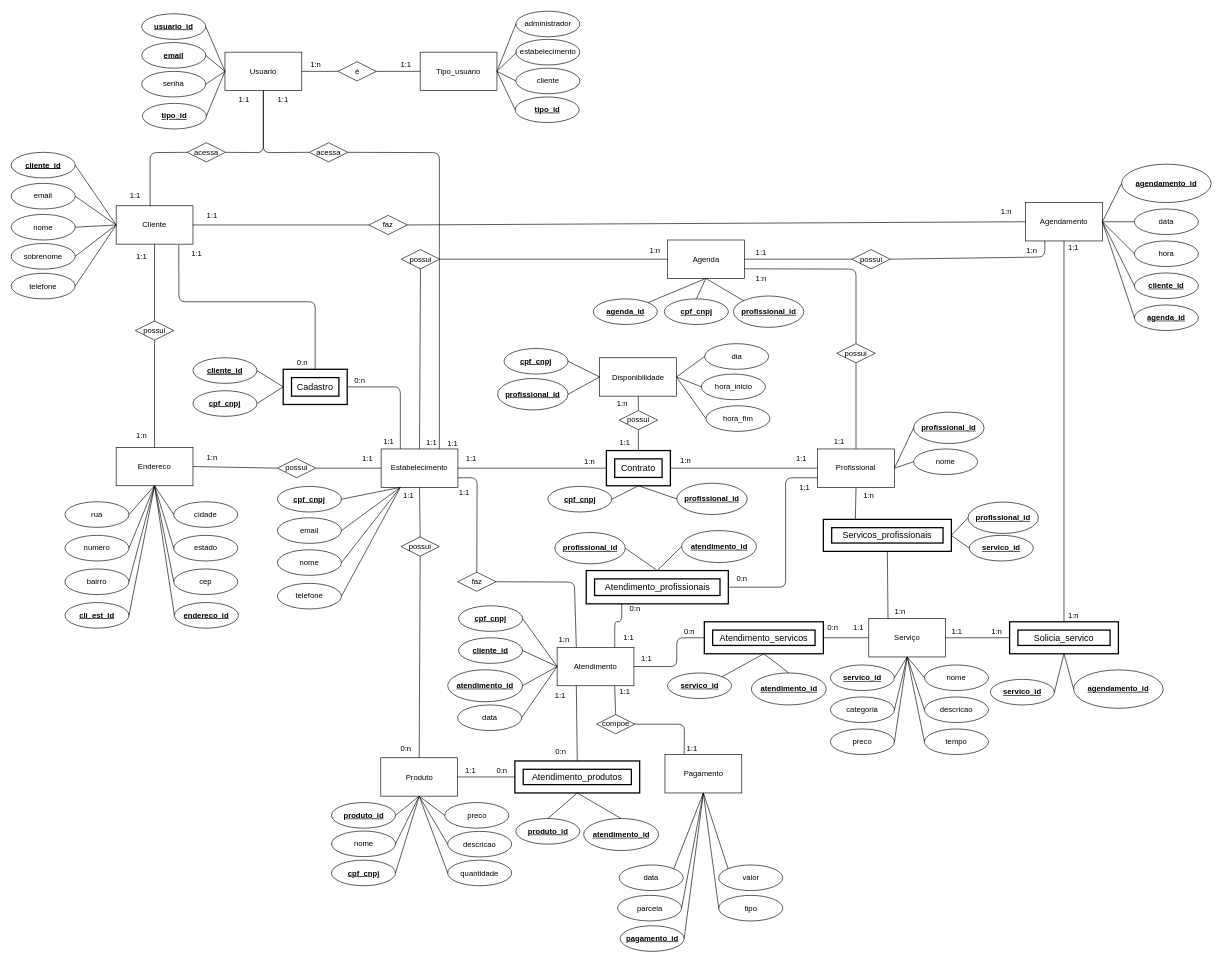
The draw.io diagram PW.drawio in glaa/DiagramaPW, before the edit. Source tidied: cells renumbered, new cells numbered last; positions are measured from the earlier drawing's top-left corner, leaving out a move shared by most shapes. Both pictures are drawn from the tidied source at 64%, with x=0, y=0 at pixel (11, 11).
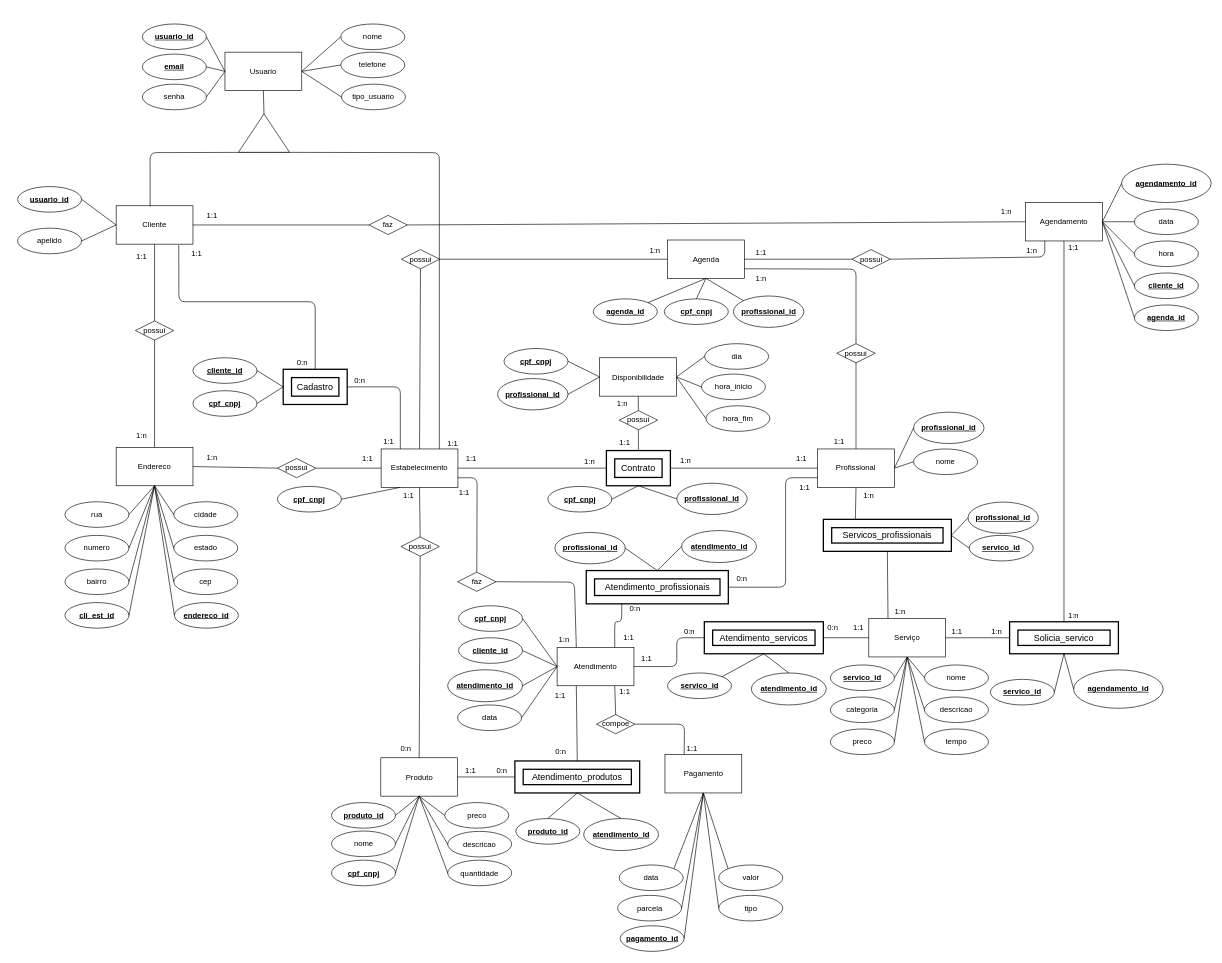
The same diagram, later.

Commit message:
Correção na tabela usuário

The change refers to these unchanged cells:
```xml
<mxCell id="2" value="Cliente" style="rounded=0;whiteSpace=wrap;html=1;" parent="1" vertex="1">
  <mxGeometry x="164" y="304" width="120" height="60" as="geometry" />
</mxCell>
<mxCell id="6" value="Estabelecimento" style="rounded=0;whiteSpace=wrap;html=1;" parent="1" vertex="1">
  <mxGeometry x="578" y="684" width="120" height="60" as="geometry" />
</mxCell>
<mxCell id="241" value="Usuario" style="rounded=0;whiteSpace=wrap;html=1;" parent="1" vertex="1">
  <mxGeometry x="334" y="64" width="120" height="60" as="geometry" />
</mxCell>
```

Diff of the diagram source:
```diff
@@
-    <mxCell id="7" value="nome" style="ellipse;whiteSpace=wrap;html=1;" parent="1" vertex="1">
-      <mxGeometry y="317.5" width="100" height="40" as="geometry" />
-    </mxCell>
-    <mxCell id="8" value="sobrenome" style="ellipse;whiteSpace=wrap;html=1;" parent="1" vertex="1">
-      <mxGeometry y="363" width="100" height="40" as="geometry" />
+    <mxCell id="8" value="&lt;div&gt;apelido&lt;/div&gt;" style="ellipse;whiteSpace=wrap;html=1;" parent="1" vertex="1">
+      <mxGeometry x="10" y="339" width="100" height="40" as="geometry" />
     </mxCell>
@@
-    <mxCell id="10" style="endArrow=none;html=1;entryX=1;entryY=0.5;entryDx=0;entryDy=0;exitX=0;exitY=0.5;exitDx=0;exitDy=0;" parent="1" edge="1" source="2" target="7">
+    <mxCell id="10" style="endArrow=none;html=1;entryX=1;entryY=0.5;entryDx=0;entryDy=0;exitX=0;exitY=0.5;exitDx=0;exitDy=0;" parent="1" edge="1" source="279" target="241">
       <mxGeometry relative="1" as="geometry" />
     </mxCell>
@@
-    <mxCell id="12" style="endArrow=none;html=1;exitX=0;exitY=0.5;exitDx=0;exitDy=0;entryX=1;entryY=0.5;entryDx=0;entryDy=0;" parent="1" edge="1" source="2" target="259">
-      <mxGeometry relative="1" as="geometry" />
-    </mxCell>
@@
-    <mxCell id="140" value="1:1" style="text;html=1;strokeColor=none;fillColor=none;align=center;verticalAlign=middle;whiteSpace=wrap;rounded=0;" parent="1" vertex="1">
-      <mxGeometry x="636.5" y="664" width="40" height="20" as="geometry" />
-    </mxCell>
@@
-    <mxCell id="173" value="email" style="ellipse;whiteSpace=wrap;html=1;" parent="1" vertex="1">
-      <mxGeometry x="416" y="791.5" width="100" height="40" as="geometry" />
-    </mxCell>
-    <mxCell id="174" value="nome" style="ellipse;whiteSpace=wrap;html=1;" parent="1" vertex="1">
-      <mxGeometry x="416" y="841.5" width="100" height="40" as="geometry" />
-    </mxCell>
-    <mxCell id="175" style="endArrow=none;html=1;entryX=0.25;entryY=1;entryDx=0;entryDy=0;exitX=1;exitY=0.5;exitDx=0;exitDy=0;" parent="1" edge="1" source="173" target="6">
-      <mxGeometry relative="1" as="geometry" />
-    </mxCell>
-    <mxCell id="176" style="endArrow=none;html=1;entryX=0.25;entryY=1;entryDx=0;entryDy=0;exitX=1;exitY=0.5;exitDx=0;exitDy=0;" parent="1" edge="1" source="174" target="6">
-      <mxGeometry relative="1" as="geometry" />
-    </mxCell>
@@
-    <mxCell id="195" value="telefone" style="ellipse;whiteSpace=wrap;html=1;" parent="1" vertex="1">
-      <mxGeometry y="409.5" width="100" height="40" as="geometry" />
-    </mxCell>
-    <mxCell id="196" style="endArrow=none;html=1;entryX=1;entryY=0.5;entryDx=0;entryDy=0;exitX=0;exitY=0.5;exitDx=0;exitDy=0;" parent="1" edge="1" source="2" target="195">
+    <mxCell id="196" style="endArrow=none;html=1;entryX=1;entryY=0.5;entryDx=0;entryDy=0;exitX=0;exitY=0.5;exitDx=0;exitDy=0;" parent="1" edge="1" source="280" target="241">
       <mxGeometry relative="1" as="geometry" />
     </mxCell>
-    <mxCell id="197" value="telefone" style="ellipse;whiteSpace=wrap;html=1;" parent="1" vertex="1">
-      <mxGeometry x="416" y="894" width="100" height="40" as="geometry" />
-    </mxCell>
-    <mxCell id="198" style="endArrow=none;html=1;entryX=0.25;entryY=1;entryDx=0;entryDy=0;exitX=1;exitY=0.5;exitDx=0;exitDy=0;" parent="1" edge="1" source="197" target="6">
-      <mxGeometry relative="1" as="geometry" />
-    </mxCell>
@@
     <mxCell id="242" value="usuario_id" style="ellipse;html=1;whiteSpace=wrap;fontStyle=5;" parent="1" vertex="1">
-      <mxGeometry x="204" y="4" width="100" height="40" as="geometry" />
+      <mxGeometry x="205" y="20" width="100" height="40" as="geometry" />
     </mxCell>
     <mxCell id="243" value="email" style="ellipse;html=1;whiteSpace=wrap;fontStyle=5;" parent="1" vertex="1">
-      <mxGeometry x="204" y="49" width="100" height="40" as="geometry" />
+      <mxGeometry x="205" y="67" width="100" height="40" as="geometry" />
     </mxCell>
     <mxCell id="244" value="senha" style="ellipse;whiteSpace=wrap;html=1;" parent="1" vertex="1">
-      <mxGeometry x="204" y="94" width="100" height="40" as="geometry" />
+      <mxGeometry x="205" y="114" width="100" height="40" as="geometry" />
     </mxCell>
@@
-    <mxCell id="248" value="Tipo_usuario" style="rounded=0;whiteSpace=wrap;html=1;" parent="1" vertex="1">
-      <mxGeometry x="639" y="64" width="120" height="60" as="geometry" />
-    </mxCell>
-    <mxCell id="249" value="cliente" style="ellipse;whiteSpace=wrap;html=1;" parent="1" vertex="1">
-      <mxGeometry x="788.5" y="89" width="100" height="40" as="geometry" />
-    </mxCell>
-    <mxCell id="250" value="estabelecimento" style="ellipse;whiteSpace=wrap;html=1;" parent="1" vertex="1">
-      <mxGeometry x="788.5" y="44" width="100" height="40" as="geometry" />
-    </mxCell>
-    <mxCell id="251" value="administrador" style="ellipse;whiteSpace=wrap;html=1;" parent="1" vertex="1">
-      <mxGeometry x="788.5" width="100" height="40" as="geometry" />
-    </mxCell>
-    <mxCell id="252" style="endArrow=none;html=1;exitX=1;exitY=0.5;exitDx=0;exitDy=0;" parent="1" edge="1" source="248">
-      <mxGeometry relative="1" as="geometry">
-        <mxPoint x="790" y="64" as="targetPoint" />
-      </mxGeometry>
-    </mxCell>
-    <mxCell id="253" style="endArrow=none;html=1;exitX=1;exitY=0.5;exitDx=0;exitDy=0;entryX=0;entryY=0.5;entryDx=0;entryDy=0;" parent="1" edge="1" source="248" target="249">
-      <mxGeometry relative="1" as="geometry" />
-    </mxCell>
-    <mxCell id="254" style="endArrow=none;html=1;entryX=1;entryY=0.5;entryDx=0;entryDy=0;exitX=0;exitY=0.5;exitDx=0;exitDy=0;" parent="1" edge="1" source="251" target="248">
-      <mxGeometry relative="1" as="geometry" />
-    </mxCell>
-    <mxCell id="255" value="é" style="rhombus;whiteSpace=wrap;html=1;" parent="1" vertex="1">
-      <mxGeometry x="510.5" y="79" width="60" height="30" as="geometry" />
-    </mxCell>
-    <mxCell id="256" style="endArrow=none;html=1;entryX=0;entryY=0.5;entryDx=0;entryDy=0;exitX=1;exitY=0.5;exitDx=0;exitDy=0;" parent="1" edge="1" source="241" target="255">
-      <mxGeometry relative="1" as="geometry" />
-    </mxCell>
-    <mxCell id="257" style="endArrow=none;html=1;entryX=0;entryY=0.5;entryDx=0;entryDy=0;exitX=1;exitY=0.5;exitDx=0;exitDy=0;" parent="1" edge="1" source="255" target="248">
-      <mxGeometry relative="1" as="geometry" />
-    </mxCell>
-    <mxCell id="258" value="&lt;u&gt;&lt;b&gt;cliente_id&lt;/b&gt;&lt;/u&gt;" style="ellipse;html=1;whiteSpace=wrap;fontStyle=5;" parent="1" vertex="1">
-      <mxGeometry y="220.5" width="100" height="40" as="geometry" />
+    <mxCell id="258" value="usuario_id" style="ellipse;html=1;whiteSpace=wrap;fontStyle=5;" parent="1" vertex="1">
+      <mxGeometry x="10" y="274" width="100" height="40" as="geometry" />
     </mxCell>
-    <mxCell id="259" value="email" style="ellipse;whiteSpace=wrap;html=1;" parent="1" vertex="1">
-      <mxGeometry y="269" width="100" height="40" as="geometry" />
-    </mxCell>
@@
-    <mxCell id="261" value="acessa" style="rhombus;whiteSpace=wrap;html=1;" parent="1" vertex="1">
-      <mxGeometry x="275" y="205.5" width="60" height="30" as="geometry" />
-    </mxCell>
-    <mxCell id="262" style="endArrow=none;html=1;entryX=0.5;entryY=1;entryDx=0;entryDy=0;exitX=1;exitY=0.5;exitDx=0;exitDy=0;" parent="1" edge="1" source="261" target="241">
-      <mxGeometry relative="1" as="geometry">
-        <Array as="points">
-          <mxPoint x="394" y="221" />
-        </Array>
-      </mxGeometry>
-    </mxCell>
-    <mxCell id="263" style="endArrow=none;html=1;entryX=0;entryY=0.5;entryDx=0;entryDy=0;exitX=0.442;exitY=0.017;exitDx=0;exitDy=0;exitPerimeter=0;" parent="1" edge="1" source="2" target="261">
+    <mxCell id="263" style="endArrow=none;html=1;entryX=0;entryY=0.5;entryDx=0;entryDy=0;exitX=0.442;exitY=0.017;exitDx=0;exitDy=0;exitPerimeter=0;" parent="1" edge="1" source="2" target="277">
       <mxGeometry relative="1" as="geometry">
         <Array as="points">
           <mxPoint x="217" y="221" />
         </Array>
       </mxGeometry>
     </mxCell>
-    <mxCell id="264" value="&lt;u&gt;&lt;b&gt;tipo_id&lt;/b&gt;&lt;/u&gt;" style="ellipse;whiteSpace=wrap;html=1;" parent="1" vertex="1">
-      <mxGeometry x="787.5" y="134" width="100" height="40" as="geometry" />
-    </mxCell>
-    <mxCell id="265" value="1:1" style="text;html=1;strokeColor=none;fillColor=none;align=center;verticalAlign=middle;whiteSpace=wrap;rounded=0;" parent="1" vertex="1">
-      <mxGeometry x="596.5" y="74" width="40" height="20" as="geometry" />
-    </mxCell>
-    <mxCell id="266" value="1:n" style="text;html=1;strokeColor=none;fillColor=none;align=center;verticalAlign=middle;whiteSpace=wrap;rounded=0;" parent="1" vertex="1">
-      <mxGeometry x="456" y="74" width="40" height="20" as="geometry" />
-    </mxCell>
-    <mxCell id="267" style="endArrow=none;html=1;exitX=1;exitY=0.5;exitDx=0;exitDy=0;entryX=0;entryY=0.5;entryDx=0;entryDy=0;" parent="1" edge="1" source="248" target="264">
-      <mxGeometry relative="1" as="geometry" />
-    </mxCell>
-    <mxCell id="268" value="&lt;b&gt;&lt;u&gt;tipo_id&lt;/u&gt;&lt;/b&gt;" style="ellipse;whiteSpace=wrap;html=1;" parent="1" vertex="1">
-      <mxGeometry x="205" y="144" width="100" height="40" as="geometry" />
+    <mxCell id="268" value="&lt;div&gt;tipo_usuario&lt;/div&gt;" style="ellipse;whiteSpace=wrap;html=1;" parent="1" vertex="1">
+      <mxGeometry x="516" y="114" width="100" height="40" as="geometry" />
     </mxCell>
-    <mxCell id="269" style="endArrow=none;html=1;entryX=1;entryY=0.5;entryDx=0;entryDy=0;exitX=0;exitY=0.5;exitDx=0;exitDy=0;" parent="1" edge="1" source="241" target="268">
+    <mxCell id="269" style="endArrow=none;html=1;entryX=0;entryY=0.5;entryDx=0;entryDy=0;exitX=1;exitY=0.5;exitDx=0;exitDy=0;" parent="1" edge="1" source="241" target="268">
       <mxGeometry relative="1" as="geometry" />
     </mxCell>
-    <mxCell id="270" style="endArrow=none;html=1;entryX=0.75;entryY=0;entryDx=0;entryDy=0;exitX=1;exitY=0.5;exitDx=0;exitDy=0;" parent="1" edge="1" source="271">
+    <mxCell id="270" style="endArrow=none;html=1;entryX=0.75;entryY=0;entryDx=0;entryDy=0;exitX=0;exitY=0.5;exitDx=0;exitDy=0;" parent="1" edge="1" source="277">
       <mxGeometry relative="1" as="geometry">
         <mxPoint x="669" y="684" as="targetPoint" />
         <Array as="points">
           <mxPoint x="669" y="221" />
         </Array>
       </mxGeometry>
     </mxCell>
-    <mxCell id="271" value="acessa" style="rhombus;whiteSpace=wrap;html=1;" parent="1" vertex="1">
-      <mxGeometry x="466" y="205.5" width="60" height="30" as="geometry" />
-    </mxCell>
-    <mxCell id="272" style="endArrow=none;html=1;entryX=0;entryY=0.5;entryDx=0;entryDy=0;exitX=0.5;exitY=1;exitDx=0;exitDy=0;" parent="1" edge="1" source="241" target="271">
-      <mxGeometry relative="1" as="geometry">
-        <Array as="points">
-          <mxPoint x="394" y="221" />
-        </Array>
-      </mxGeometry>
-    </mxCell>
-    <mxCell id="273" value="1:1" style="text;html=1;strokeColor=none;fillColor=none;align=center;verticalAlign=middle;whiteSpace=wrap;rounded=0;" parent="1" vertex="1">
-      <mxGeometry x="344" y="129" width="40" height="20" as="geometry" />
-    </mxCell>
-    <mxCell id="274" value="1:1" style="text;html=1;strokeColor=none;fillColor=none;align=center;verticalAlign=middle;whiteSpace=wrap;rounded=0;" parent="1" vertex="1">
-      <mxGeometry x="174" y="279" width="40" height="20" as="geometry" />
-    </mxCell>
-    <mxCell id="275" value="1:1" style="text;html=1;strokeColor=none;fillColor=none;align=center;verticalAlign=middle;whiteSpace=wrap;rounded=0;" parent="1" vertex="1">
-      <mxGeometry x="405" y="129" width="40" height="20" as="geometry" />
-    </mxCell>
@@
+    <mxCell id="277" style="triangle;whiteSpace=wrap;html=1;direction=north;" parent="1" vertex="1">
+      <mxGeometry x="355" y="160.5" width="80" height="60" as="geometry" />
+    </mxCell>
+    <mxCell id="278" style="endArrow=none;html=1;entryX=0.5;entryY=1;entryDx=0;entryDy=0;exitX=1;exitY=0.5;exitDx=0;exitDy=0;" parent="1" edge="1" source="277" target="241">
+      <mxGeometry relative="1" as="geometry" />
+    </mxCell>
+    <mxCell id="279" value="nome" style="ellipse;whiteSpace=wrap;html=1;" parent="1" vertex="1">
+      <mxGeometry x="515" y="20" width="100" height="40" as="geometry" />
+    </mxCell>
+    <mxCell id="280" value="telefone" style="ellipse;whiteSpace=wrap;html=1;" parent="1" vertex="1">
+      <mxGeometry x="515" y="64" width="100" height="40" as="geometry" />
+    </mxCell>
```
